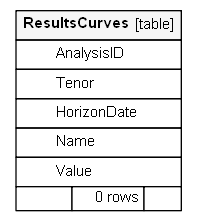
Earlier version of the Graphviz export docs/schemaDoc/diagrams/orphans/ResultsCurves.1degree.png (rkapl123/OreControl). Its source is kept beside it as docs/schemaDoc/diagrams/orphans/ResultsCurves.1degree.dot. Its diagram source:
```dot
digraph "ResultsCurves" {
  graph [
    rankdir="RL"
    bgcolor="#ffffff"
    nodesep="0.18"
    ranksep="0.46"
    fontname="Helvetica"
    fontsize="11"
    ration="compress"
  ];
  node [
    fontname="Helvetica"
    fontsize="11"
    shape="plaintext"
  ];
  edge [
    arrowsize="0.8"
  ];
  "ResultsCurves" [
   label=<
    <TABLE BORDER="0" CELLBORDER="1" CELLSPACING="0" BGCOLOR="#ffffff">
      <TR><TD COLSPAN="3"  BGCOLOR="#f5f5f5"><TABLE BORDER="0" CELLSPACING="0"><TR><TD ALIGN="LEFT"><B>ResultsCurves</B></TD><TD ALIGN="RIGHT">[table]</TD></TR></TABLE></TD></TR>
      <TR><TD PORT="AnalysisID" COLSPAN="3" ALIGN="LEFT"><TABLE BORDER="0" CELLSPACING="0" ALIGN="LEFT"><TR ALIGN="LEFT"><TD ALIGN="LEFT" FIXEDSIZE="TRUE" WIDTH="15" HEIGHT="16"></TD><TD ALIGN="LEFT" FIXEDSIZE="TRUE" WIDTH="84" HEIGHT="16">AnalysisID</TD></TR></TABLE></TD></TR>
      <TR><TD PORT="Tenor" COLSPAN="3" ALIGN="LEFT"><TABLE BORDER="0" CELLSPACING="0" ALIGN="LEFT"><TR ALIGN="LEFT"><TD ALIGN="LEFT" FIXEDSIZE="TRUE" WIDTH="15" HEIGHT="16"></TD><TD ALIGN="LEFT" FIXEDSIZE="TRUE" WIDTH="84" HEIGHT="16">Tenor</TD></TR></TABLE></TD></TR>
      <TR><TD PORT="HorizonDate" COLSPAN="3" ALIGN="LEFT"><TABLE BORDER="0" CELLSPACING="0" ALIGN="LEFT"><TR ALIGN="LEFT"><TD ALIGN="LEFT" FIXEDSIZE="TRUE" WIDTH="15" HEIGHT="16"></TD><TD ALIGN="LEFT" FIXEDSIZE="TRUE" WIDTH="84" HEIGHT="16">HorizonDate</TD></TR></TABLE></TD></TR>
      <TR><TD PORT="Name" COLSPAN="3" ALIGN="LEFT"><TABLE BORDER="0" CELLSPACING="0" ALIGN="LEFT"><TR ALIGN="LEFT"><TD ALIGN="LEFT" FIXEDSIZE="TRUE" WIDTH="15" HEIGHT="16"></TD><TD ALIGN="LEFT" FIXEDSIZE="TRUE" WIDTH="84" HEIGHT="16">Name</TD></TR></TABLE></TD></TR>
      <TR><TD PORT="Value" COLSPAN="3" ALIGN="LEFT"><TABLE BORDER="0" CELLSPACING="0" ALIGN="LEFT"><TR ALIGN="LEFT"><TD ALIGN="LEFT" FIXEDSIZE="TRUE" WIDTH="15" HEIGHT="16"></TD><TD ALIGN="LEFT" FIXEDSIZE="TRUE" WIDTH="84" HEIGHT="16">Value</TD></TR></TABLE></TD></TR>
      <TR><TD ALIGN="LEFT" BGCOLOR="#ffffff">  </TD><TD ALIGN="RIGHT" BGCOLOR="#ffffff">0 rows</TD><TD ALIGN="RIGHT" BGCOLOR="#ffffff">  </TD></TR>
    </TABLE>>
    URL="tables/ResultsCurves.html"
    tooltip="ResultsCurves"
  ];
}
```
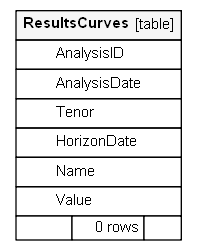
The same diagram one commit later.

Diff of the diagram source:
```diff
@@ -21,6 +21,7 @@
     <TABLE BORDER="0" CELLBORDER="1" CELLSPACING="0" BGCOLOR="#ffffff">
       <TR><TD COLSPAN="3"  BGCOLOR="#f5f5f5"><TABLE BORDER="0" CELLSPACING="0"><TR><TD ALIGN="LEFT"><B>ResultsCurves</B></TD><TD ALIGN="RIGHT">[table]</TD></TR></TABLE></TD></TR>
       <TR><TD PORT="AnalysisID" COLSPAN="3" ALIGN="LEFT"><TABLE BORDER="0" CELLSPACING="0" ALIGN="LEFT"><TR ALIGN="LEFT"><TD ALIGN="LEFT" FIXEDSIZE="TRUE" WIDTH="15" HEIGHT="16"></TD><TD ALIGN="LEFT" FIXEDSIZE="TRUE" WIDTH="84" HEIGHT="16">AnalysisID</TD></TR></TABLE></TD></TR>
+      <TR><TD PORT="AnalysisDate" COLSPAN="3" ALIGN="LEFT"><TABLE BORDER="0" CELLSPACING="0" ALIGN="LEFT"><TR ALIGN="LEFT"><TD ALIGN="LEFT" FIXEDSIZE="TRUE" WIDTH="15" HEIGHT="16"></TD><TD ALIGN="LEFT" FIXEDSIZE="TRUE" WIDTH="84" HEIGHT="16">AnalysisDate</TD></TR></TABLE></TD></TR>
       <TR><TD PORT="Tenor" COLSPAN="3" ALIGN="LEFT"><TABLE BORDER="0" CELLSPACING="0" ALIGN="LEFT"><TR ALIGN="LEFT"><TD ALIGN="LEFT" FIXEDSIZE="TRUE" WIDTH="15" HEIGHT="16"></TD><TD ALIGN="LEFT" FIXEDSIZE="TRUE" WIDTH="84" HEIGHT="16">Tenor</TD></TR></TABLE></TD></TR>
       <TR><TD PORT="HorizonDate" COLSPAN="3" ALIGN="LEFT"><TABLE BORDER="0" CELLSPACING="0" ALIGN="LEFT"><TR ALIGN="LEFT"><TD ALIGN="LEFT" FIXEDSIZE="TRUE" WIDTH="15" HEIGHT="16"></TD><TD ALIGN="LEFT" FIXEDSIZE="TRUE" WIDTH="84" HEIGHT="16">HorizonDate</TD></TR></TABLE></TD></TR>
       <TR><TD PORT="Name" COLSPAN="3" ALIGN="LEFT"><TABLE BORDER="0" CELLSPACING="0" ALIGN="LEFT"><TR ALIGN="LEFT"><TD ALIGN="LEFT" FIXEDSIZE="TRUE" WIDTH="15" HEIGHT="16"></TD><TD ALIGN="LEFT" FIXEDSIZE="TRUE" WIDTH="84" HEIGHT="16">Name</TD></TR></TABLE></TD></TR>
```
